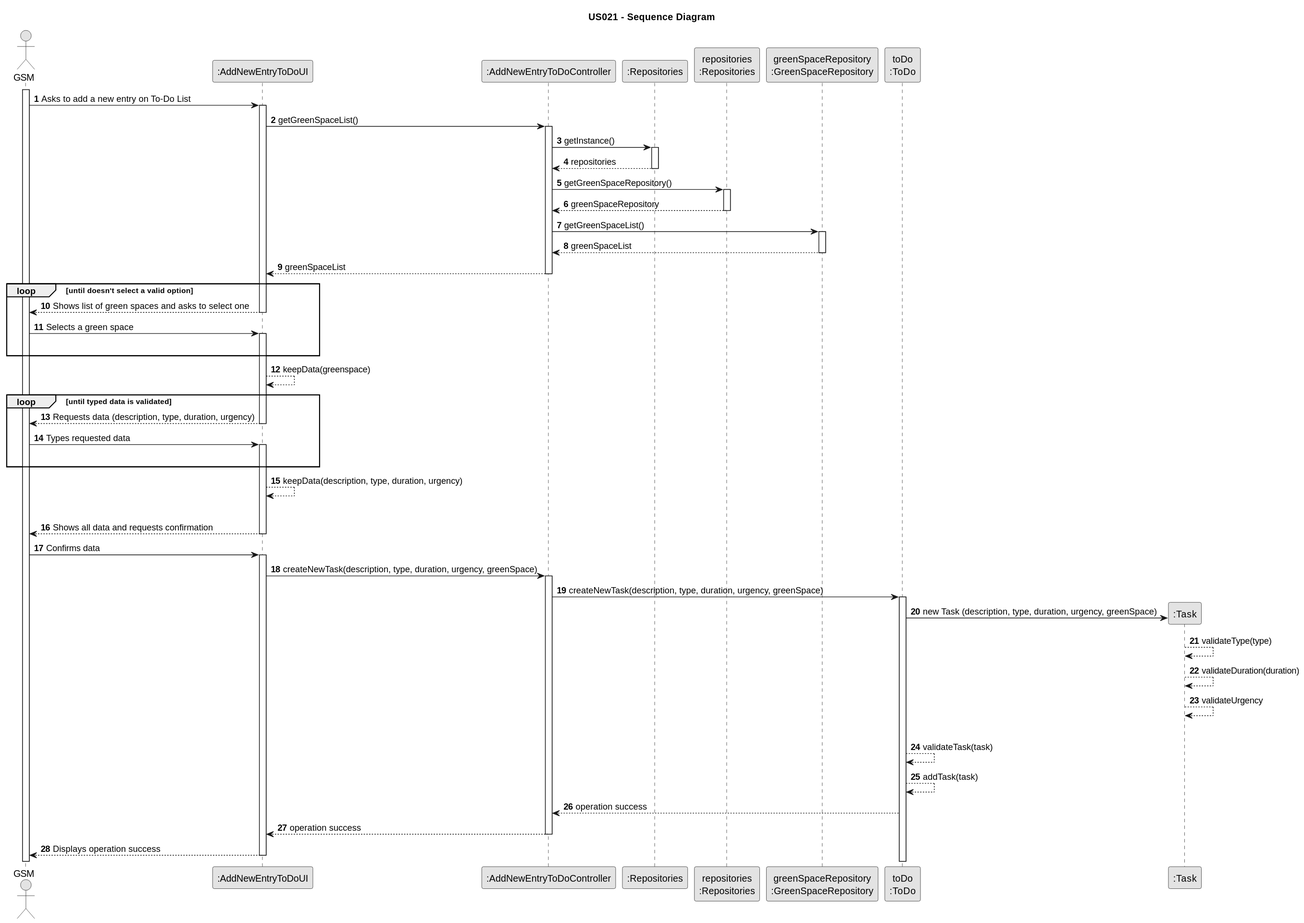
Before: docs/SprintC/us021/03.design/svg/us021-sequence-diagram.svg, a diagram exported from PlantUML (Rui-San/LAPR2_2023_2024).
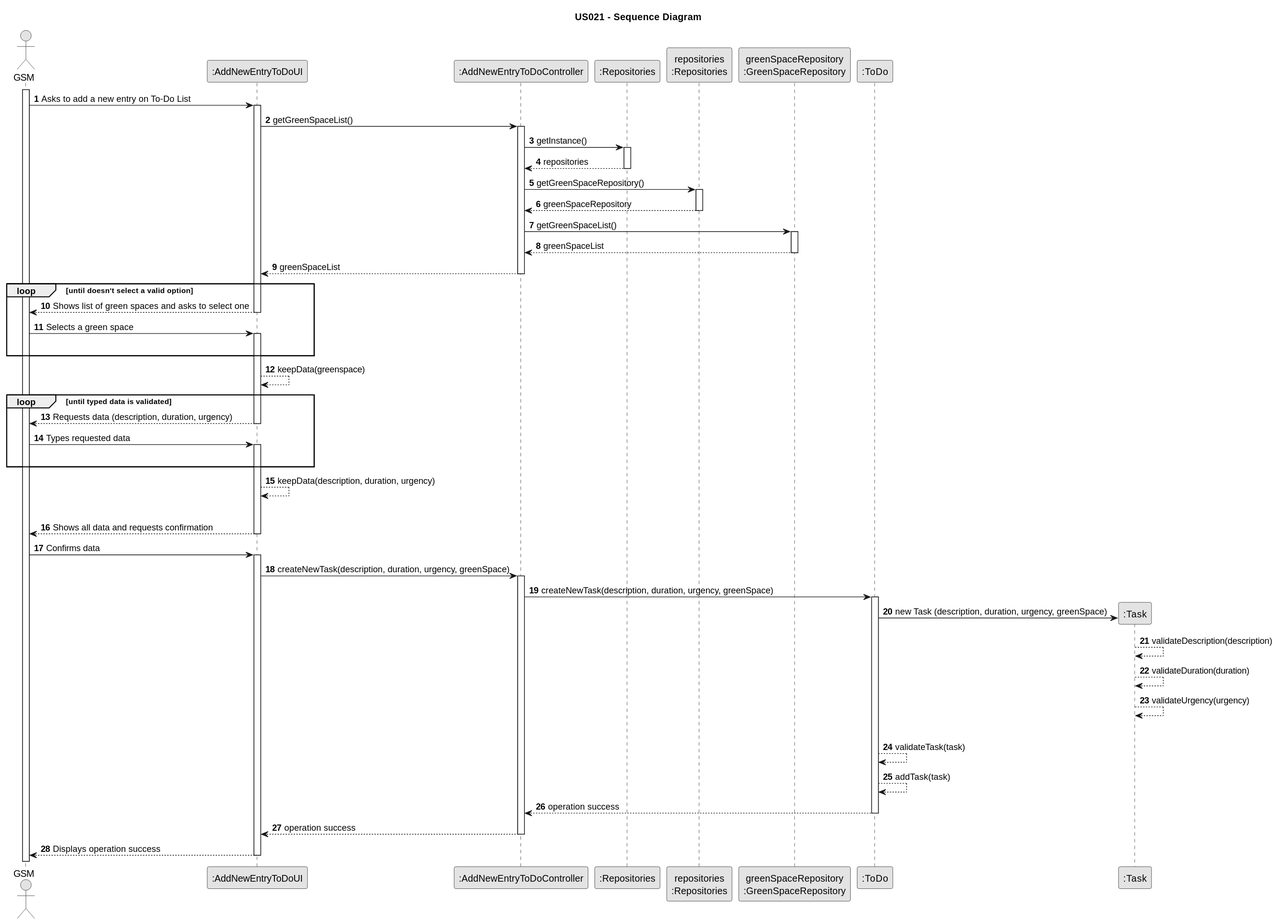
The same file after the commit.

Diff of the diagram source:
```diff
@@ -13,7 +13,7 @@
 participant ":Repositories" as REPO
 participant "repositories\n:Repositories" as REPOInstance
 participant "greenSpaceRepository\n:GreenSpaceRepository" as GreenSpaceREPO
-participant "toDo\n:ToDo" as Todo
+participant ":ToDo" as Todo
 participant ":Task" as Task
 
 activate GSM
@@ -67,7 +67,7 @@
 
     loop until typed data is validated
 
-        UI --> GSM : Requests data (description, type, duration, urgency)
+        UI --> GSM : Requests data (description, duration, urgency)
     deactivate UI
 
     GSM -> UI : Types requested data
@@ -77,7 +77,7 @@
 
     end
 
-        UI --> UI : keepData(description, type, duration, urgency)
+        UI --> UI : keepData(description, duration, urgency)
         |||
 
 
@@ -87,20 +87,20 @@
 
     activate UI
 
-    UI -> CTRL : createNewTask(description, type, duration, urgency, greenSpace)
+    UI -> CTRL : createNewTask(description, duration, urgency, greenSpace)
     activate CTRL
 
-        CTRL -> Todo : createNewTask(description, type, duration, urgency, greenSpace)
+        CTRL -> Todo : createNewTask(description, duration, urgency, greenSpace)
 
         activate Todo
 
-            Todo -> Task** : new Task (description, type, duration, urgency, greenSpace)
+            Todo -> Task** : new Task (description, duration, urgency, greenSpace)
 
-            Task --> Task : validateType(type)
+            Task --> Task : validateDescription(description)
 
             Task --> Task : validateDuration(duration)
 
-            Task --> Task : validateUrgency
+            Task --> Task : validateUrgency(urgency)
 
            |||
 
@@ -109,7 +109,7 @@
             Todo --> Todo : addTask(task)
 
             Todo --> CTRL : operation success
-            deactivate GreenSpaceREPO
+            deactivate Todo
             CTRL --> UI : operation success
             deactivate CTRL
         UI --> GSM : Displays operation success
```
